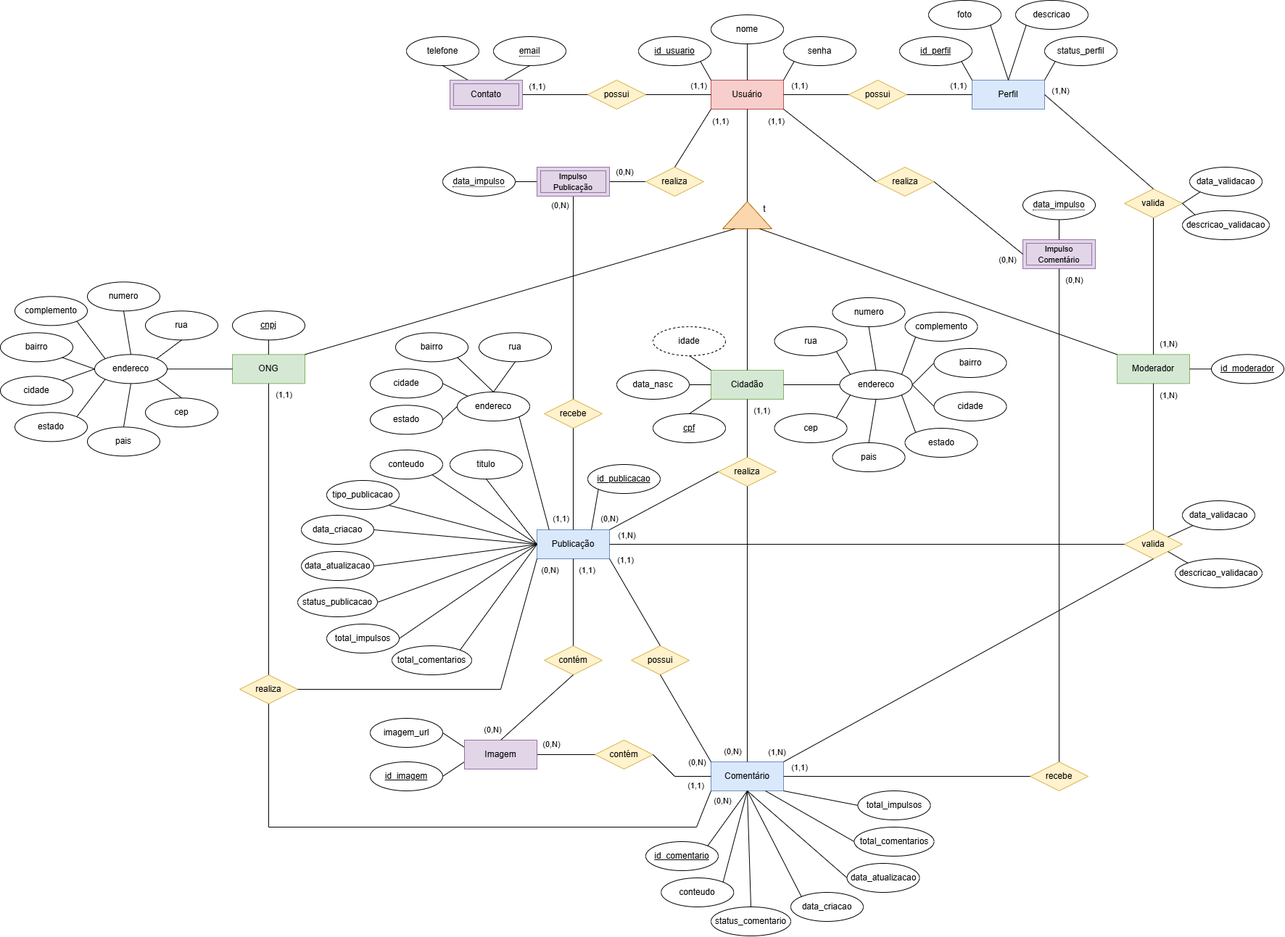
The draw.io diagram DOCUMENTACAO/PetMap - Modelo Conceitual.drawio.png in arthurpansera/PetMap, before a commit. Source tidied: cells renumbered, new cells last; positions are measured from the earlier drawing's top-left corner, leaving out a move shared by most shapes.
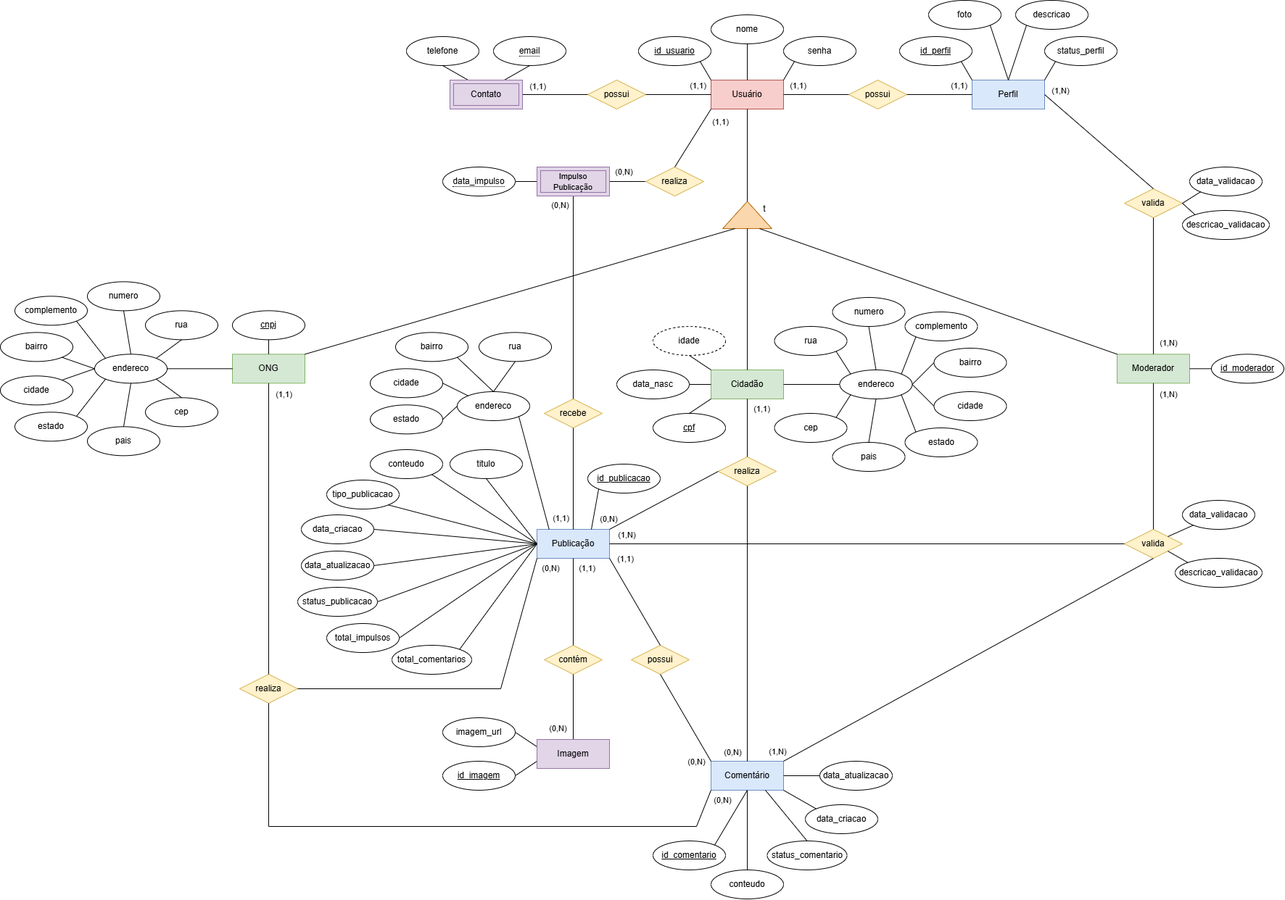
The same file after the commit.

What changed in the source:
```diff
@@ -300,16 +300,16 @@
       <mxGeometry x="980" y="1050" width="100" height="40" as="geometry" />
     </mxCell>
     <mxCell id="97" value="conteudo" style="ellipse;whiteSpace=wrap;html=1;align=center;" parent="1" vertex="1">
-      <mxGeometry x="911.2" y="1210" width="100" height="40" as="geometry" />
+      <mxGeometry x="980" y="1200" width="100" height="40" as="geometry" />
     </mxCell>
     <mxCell id="98" value="id_comentario" style="ellipse;whiteSpace=wrap;html=1;align=center;fontStyle=4;" parent="1" vertex="1">
-      <mxGeometry x="890" y="1160" width="100" height="40" as="geometry" />
+      <mxGeometry x="900" y="1160" width="100" height="40" as="geometry" />
     </mxCell>
     <mxCell id="99" value="id_imagem" style="ellipse;whiteSpace=wrap;html=1;align=center;fontStyle=4;" parent="1" vertex="1">
-      <mxGeometry x="510" y="1050" width="100" height="40" as="geometry" />
+      <mxGeometry x="610" y="1050" width="100" height="40" as="geometry" />
     </mxCell>
     <mxCell id="100" value="imagem_url" style="ellipse;whiteSpace=wrap;html=1;align=center;" parent="1" vertex="1">
-      <mxGeometry x="510" y="990" width="100" height="40" as="geometry" />
+      <mxGeometry x="610" y="990" width="100" height="40" as="geometry" />
     </mxCell>
     <mxCell id="101" style="endArrow=none;html=1;rounded=0;exitX=0.5;exitY=0;exitDx=0;exitDy=0;entryX=0.5;entryY=1;entryDx=0;entryDy=0;" parent="1" edge="1" source="70" target="12">
       <mxGeometry relative="1" as="geometry" />
@@ -441,8 +441,10 @@
     <mxCell id="133" style="endArrow=none;html=1;rounded=0;exitX=0;exitY=0;exitDx=0;exitDy=0;entryX=1;entryY=0.5;entryDx=0;entryDy=0;" parent="1" edge="1" source="128" target="131">
       <mxGeometry relative="1" as="geometry" />
     </mxCell>
-    <mxCell id="134" style="endArrow=none;html=1;rounded=0;entryX=0.5;entryY=1;entryDx=0;entryDy=0;exitX=1;exitY=0;exitDx=0;exitDy=0;" parent="1" edge="1" source="97" target="96">
-      <mxGeometry relative="1" as="geometry" />
+    <mxCell id="134" style="endArrow=none;html=1;rounded=0;exitX=0.5;exitY=0;exitDx=0;exitDy=0;" parent="1" edge="1" source="97">
+      <mxGeometry relative="1" as="geometry">
+        <mxPoint x="1030" y="1090" as="targetPoint" />
+      </mxGeometry>
     </mxCell>
     <mxCell id="135" value="contém" style="shape=rhombus;perimeter=rhombusPerimeter;whiteSpace=wrap;html=1;align=center;fillColor=#fff2cc;strokeColor=#d6b656;" parent="1" vertex="1">
       <mxGeometry x="750" y="890" width="80" height="40" as="geometry" />
@@ -463,29 +465,6 @@
         <mxPoint x="-22" y="-7" as="offset" />
       </mxGeometry>
     </mxCell>
-    <mxCell id="140" value="contém" style="shape=rhombus;perimeter=rhombusPerimeter;whiteSpace=wrap;html=1;align=center;fillColor=#fff2cc;strokeColor=#d6b656;" parent="1" vertex="1">
-      <mxGeometry x="820" y="1020" width="80" height="40" as="geometry" />
-    </mxCell>
-    <mxCell id="141" style="endArrow=none;html=1;rounded=0;entryX=0;entryY=0.5;entryDx=0;entryDy=0;exitX=1;exitY=0.5;exitDx=0;exitDy=0;" parent="1" edge="1" source="196" target="140">
-      <mxGeometry relative="1" as="geometry" />
-    </mxCell>
-    <mxCell id="142" value="(1,1)" style="edgeLabel;html=1;align=center;verticalAlign=middle;" parent="141" vertex="1">
-      <mxGeometry x="-0.1" y="-1" relative="1" as="geometry">
-        <mxPoint x="183" y="41" as="offset" />
-      </mxGeometry>
-    </mxCell>
-    <mxCell id="143" value="(0,N)" style="edgeLabel;html=1;align=center;verticalAlign=middle;" parent="141" vertex="1">
-      <mxGeometry x="-0.53" y="-1" relative="1" as="geometry">
-        <mxPoint x="-1" y="-16" as="offset" />
-      </mxGeometry>
-    </mxCell>
-    <mxCell id="144" style="endArrow=none;html=1;rounded=0;entryX=0;entryY=0.5;entryDx=0;entryDy=0;exitX=1;exitY=0.5;exitDx=0;exitDy=0;" parent="1" edge="1" source="140" target="96">
-      <mxGeometry relative="1" as="geometry">
-        <Array as="points">
-          <mxPoint x="930" y="1070" />
-        </Array>
-      </mxGeometry>
-    </mxCell>
     <mxCell id="145" style="endArrow=none;html=1;rounded=0;exitX=1;exitY=0.5;exitDx=0;exitDy=0;entryX=0;entryY=0.25;entryDx=0;entryDy=0;" parent="1" edge="1" source="100" target="196">
       <mxGeometry relative="1" as="geometry" />
     </mxCell>
@@ -493,7 +472,7 @@
       <mxGeometry relative="1" as="geometry" />
     </mxCell>
     <mxCell id="147" value="data_criacao" style="ellipse;whiteSpace=wrap;html=1;align=center;" parent="1" vertex="1">
-      <mxGeometry x="1090" y="1230" width="100" height="40" as="geometry" />
+      <mxGeometry x="1110" y="1110" width="100" height="40" as="geometry" />
     </mxCell>
     <mxCell id="148" value="estado" style="ellipse;whiteSpace=wrap;html=1;align=center;" parent="1" vertex="1">
       <mxGeometry x="510" y="558.3" width="100" height="40" as="geometry" />
@@ -501,7 +480,7 @@
     <mxCell id="149" style="endArrow=none;html=1;rounded=0;exitX=1;exitY=0.5;exitDx=0;exitDy=0;entryX=0;entryY=0.5;entryDx=0;entryDy=0;" parent="1" edge="1" source="148" target="128">
       <mxGeometry relative="1" as="geometry" />
     </mxCell>
-    <mxCell id="150" style="endArrow=none;html=1;rounded=0;exitX=0.5;exitY=1;exitDx=0;exitDy=0;entryX=0;entryY=0;entryDx=0;entryDy=0;" parent="1" edge="1" source="96" target="147">
+    <mxCell id="150" style="endArrow=none;html=1;rounded=0;exitX=1;exitY=1;exitDx=0;exitDy=0;entryX=0;entryY=0;entryDx=0;entryDy=0;" parent="1" edge="1" source="96" target="147">
       <mxGeometry relative="1" as="geometry" />
     </mxCell>
     <mxCell id="151" value="data_validacao" style="ellipse;whiteSpace=wrap;html=1;align=center;" parent="1" vertex="1">
@@ -523,9 +502,9 @@
       <mxGeometry relative="1" as="geometry" />
     </mxCell>
     <mxCell id="157" value="status_comentario" style="ellipse;whiteSpace=wrap;html=1;align=center;" parent="1" vertex="1">
-      <mxGeometry x="980" y="1250" width="110" height="40" as="geometry" />
+      <mxGeometry x="1057.5" y="1160" width="110" height="40" as="geometry" />
     </mxCell>
-    <mxCell id="158" style="endArrow=none;html=1;rounded=0;entryX=0.5;entryY=1;entryDx=0;entryDy=0;exitX=0.5;exitY=0;exitDx=0;exitDy=0;" parent="1" edge="1" source="157" target="96">
+    <mxCell id="158" style="endArrow=none;html=1;rounded=0;entryX=0.75;entryY=1;entryDx=0;entryDy=0;exitX=0.5;exitY=0;exitDx=0;exitDy=0;" parent="1" edge="1" source="157" target="96">
       <mxGeometry relative="1" as="geometry" />
     </mxCell>
     <mxCell id="159" value="data_atualizacao" style="ellipse;whiteSpace=wrap;html=1;align=center;" parent="1" vertex="1">
@@ -583,23 +562,11 @@
       <mxGeometry relative="1" as="geometry" />
     </mxCell>
     <mxCell id="177" value="data_atualizacao" style="ellipse;whiteSpace=wrap;html=1;align=center;" parent="1" vertex="1">
-      <mxGeometry x="1167.5" y="1190" width="100" height="40" as="geometry" />
+      <mxGeometry x="1130" y="1050" width="100" height="40" as="geometry" />
     </mxCell>
-    <mxCell id="178" value="total_impulsos" style="ellipse;whiteSpace=wrap;html=1;align=center;" parent="1" vertex="1">
-      <mxGeometry x="1182.5" y="1090" width="100" height="40" as="geometry" />
-    </mxCell>
-    <mxCell id="179" value="total_comentarios" style="ellipse;whiteSpace=wrap;html=1;align=center;" parent="1" vertex="1">
-      <mxGeometry x="1177.5" y="1140" width="110" height="40" as="geometry" />
-    </mxCell>
-    <mxCell id="180" style="endArrow=none;html=1;rounded=0;entryX=0.5;entryY=1;entryDx=0;entryDy=0;exitX=0;exitY=0.5;exitDx=0;exitDy=0;" parent="1" edge="1" source="177" target="96">
+    <mxCell id="180" style="endArrow=none;html=1;rounded=0;entryX=1;entryY=0.5;entryDx=0;entryDy=0;exitX=0;exitY=0.5;exitDx=0;exitDy=0;" parent="1" edge="1" source="177" target="96">
       <mxGeometry relative="1" as="geometry" />
     </mxCell>
-    <mxCell id="181" style="endArrow=none;html=1;rounded=0;entryX=0;entryY=0.5;entryDx=0;entryDy=0;exitX=1;exitY=1;exitDx=0;exitDy=0;" parent="1" edge="1" source="96" target="178">
-      <mxGeometry relative="1" as="geometry" />
-    </mxCell>
-    <mxCell id="182" style="endArrow=none;html=1;rounded=0;entryX=0;entryY=0.5;entryDx=0;entryDy=0;exitX=0.75;exitY=1;exitDx=0;exitDy=0;" parent="1" edge="1" source="96" target="179">
-      <mxGeometry relative="1" as="geometry" />
-    </mxCell>
     <mxCell id="183" style="endArrow=none;html=1;rounded=0;entryX=0;entryY=0.5;entryDx=0;entryDy=0;exitX=1;exitY=0.5;exitDx=0;exitDy=0;" parent="1" edge="1" source="195" target="190">
       <mxGeometry relative="1" as="geometry" />
     </mxCell>
@@ -648,7 +615,7 @@
       <mxGeometry x="740" y="230" width="100" height="40" as="geometry" />
     </mxCell>
     <mxCell id="196" value="Imagem" style="whiteSpace=wrap;html=1;align=center;fillColor=#e1d5e7;strokeColor=#9673a6;" parent="1" vertex="1">
-      <mxGeometry x="640" y="1020" width="100" height="40" as="geometry" />
+      <mxGeometry x="740" y="1020" width="100" height="40" as="geometry" />
     </mxCell>
     <mxCell id="197" value="&lt;span style=&quot;border-bottom: 1px dotted&quot;&gt;email&lt;/span&gt;" style="ellipse;whiteSpace=wrap;html=1;align=center;" parent="1" vertex="1">
       <mxGeometry x="680" y="50" width="100" height="40" as="geometry" />
@@ -656,52 +623,5 @@
     <mxCell id="198" style="endArrow=none;html=1;rounded=0;exitX=0.5;exitY=0;exitDx=0;exitDy=0;entryX=0.5;entryY=1;entryDx=0;entryDy=0;" parent="1" edge="1" source="128" target="130">
       <mxGeometry relative="1" as="geometry" />
     </mxCell>
-    <mxCell id="199" value="realiza" style="shape=rhombus;perimeter=rhombusPerimeter;whiteSpace=wrap;html=1;align=center;fillColor=#fff2cc;strokeColor=#d6b656;" parent="1" vertex="1">
-      <mxGeometry x="1207.5" y="230" width="80" height="40" as="geometry" />
-    </mxCell>
-    <mxCell id="200" style="endArrow=none;html=1;rounded=0;exitX=0;exitY=0.5;exitDx=0;exitDy=0;entryX=1;entryY=1;entryDx=0;entryDy=0;" parent="1" edge="1" source="199" target="2">
-      <mxGeometry relative="1" as="geometry" />
-    </mxCell>
-    <mxCell id="201" value="(1,1)" style="edgeLabel;html=1;align=center;verticalAlign=middle;" parent="200" vertex="1">
-      <mxGeometry x="0.48" relative="1" as="geometry">
-        <mxPoint x="-44" y="-10" as="offset" />
-      </mxGeometry>
-    </mxCell>
-    <mxCell id="202" value="&lt;font style=&quot;font-size: 11px;&quot;&gt;Impulso Comentário&lt;/font&gt;" style="shape=ext;margin=3;double=1;whiteSpace=wrap;html=1;align=center;fillColor=#e1d5e7;strokeColor=#9673a6;" parent="1" vertex="1">
-      <mxGeometry x="1410" y="330" width="100" height="40" as="geometry" />
-    </mxCell>
-    <mxCell id="203" style="endArrow=none;html=1;rounded=0;entryX=1;entryY=0.5;entryDx=0;entryDy=0;exitX=0;exitY=0.5;exitDx=0;exitDy=0;" parent="1" edge="1" source="202" target="199">
-      <mxGeometry relative="1" as="geometry" />
-    </mxCell>
-    <mxCell id="204" value="(0,N)" style="edgeLabel;html=1;align=center;verticalAlign=middle;" parent="203" vertex="1">
-      <mxGeometry x="-0.71" y="2" relative="1" as="geometry">
-        <mxPoint x="-4" y="19" as="offset" />
-      </mxGeometry>
-    </mxCell>
-    <mxCell id="205" value="&lt;span style=&quot;border-bottom: 1px dotted&quot;&gt;data_impulso&lt;/span&gt;" style="ellipse;whiteSpace=wrap;html=1;align=center;" parent="1" vertex="1">
-      <mxGeometry x="1410" y="262.3" width="100" height="40" as="geometry" />
-    </mxCell>
-    <mxCell id="206" style="endArrow=none;html=1;rounded=0;exitX=0.5;exitY=0;exitDx=0;exitDy=0;entryX=0.5;entryY=1;entryDx=0;entryDy=0;" parent="1" edge="1" source="202" target="205">
-      <mxGeometry relative="1" as="geometry" />
-    </mxCell>
-    <mxCell id="207" value="recebe" style="shape=rhombus;perimeter=rhombusPerimeter;whiteSpace=wrap;html=1;align=center;fillColor=#fff2cc;strokeColor=#d6b656;" parent="1" vertex="1">
-      <mxGeometry x="1420" y="1050" width="80" height="40" as="geometry" />
-    </mxCell>
-    <mxCell id="208" style="endArrow=none;html=1;rounded=0;entryX=0.5;entryY=1;entryDx=0;entryDy=0;exitX=0.5;exitY=0;exitDx=0;exitDy=0;" parent="1" edge="1" source="207" target="202">
-      <mxGeometry relative="1" as="geometry" />
-    </mxCell>
-    <mxCell id="209" value="(0,N)" style="edgeLabel;html=1;align=center;verticalAlign=middle;" parent="208" vertex="1">
-      <mxGeometry x="0.93" y="2" relative="1" as="geometry">
-        <mxPoint x="22" y="-10" as="offset" />
-      </mxGeometry>
-    </mxCell>
-    <mxCell id="210" style="endArrow=none;html=1;rounded=0;entryX=0;entryY=0.5;entryDx=0;entryDy=0;exitX=1;exitY=0.5;exitDx=0;exitDy=0;" parent="1" edge="1" source="96" target="207">
-      <mxGeometry relative="1" as="geometry" />
-    </mxCell>
-    <mxCell id="211" value="(1,1)" style="edgeLabel;html=1;align=center;verticalAlign=middle;" parent="210" vertex="1">
-      <mxGeometry x="-0.92" y="-2" relative="1" as="geometry">
-        <mxPoint x="6" y="-15" as="offset" />
-      </mxGeometry>
-    </mxCell>
   </root>
 </mxGraphModel>
```
